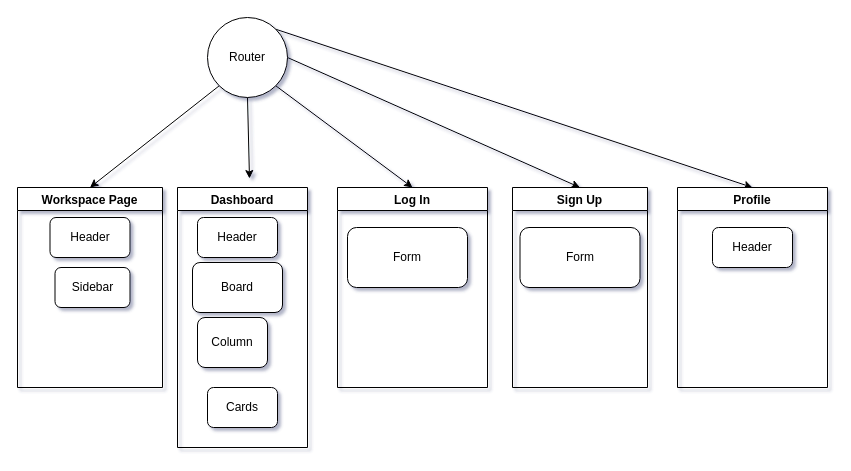
Before: components-tree.drawio in jocogum10/job-application-tracker-fe, a draw.io diagram. Source tidied: cells renumbered, new cells numbered last; positions are measured from the earlier drawing's top-left corner, leaving out a move shared by most shapes. Both pictures are drawn from the tidied source at 100%, with x=0, y=0 at pixel (17, 17).
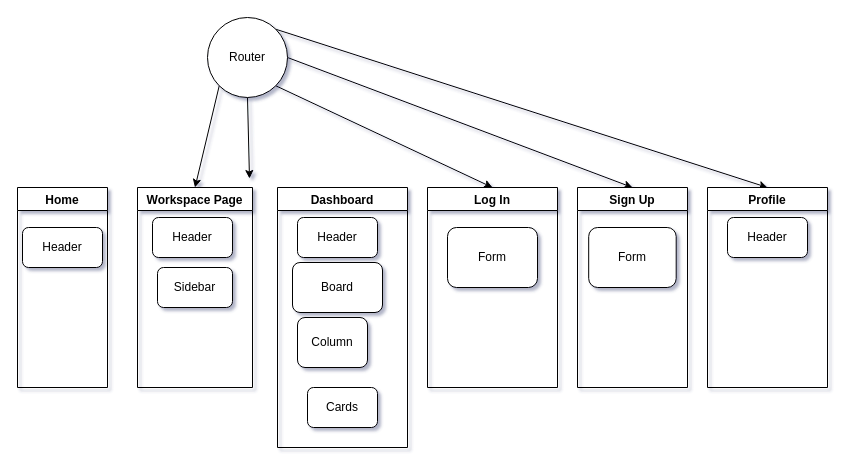
After the change.

Commit message (it also covers changes not shown here):
add home page in readme

The edit, as a diff of the source:
```diff
@@
     <mxCell id="8" value="Workspace Page" style="swimlane;" parent="1" vertex="1">
-      <mxGeometry y="170" width="145" height="200" as="geometry" />
+      <mxGeometry x="120" y="170" width="115" height="200" as="geometry" />
     </mxCell>
     <mxCell id="9" value="Header" style="rounded=1;whiteSpace=wrap;html=1;" parent="8" vertex="1">
-      <mxGeometry x="32.5" y="30" width="80" height="40" as="geometry" />
+      <mxGeometry x="15" y="30" width="80" height="40" as="geometry" />
     </mxCell>
     <mxCell id="10" value="Sidebar" style="rounded=1;whiteSpace=wrap;html=1;" parent="8" vertex="1">
-      <mxGeometry x="37.5" y="80" width="75" height="40" as="geometry" />
+      <mxGeometry x="20" y="80" width="75" height="40" as="geometry" />
     </mxCell>
+    <mxCell id="22" value="Home" style="swimlane;" parent="8" vertex="1">
+      <mxGeometry x="-120" width="90" height="200" as="geometry" />
+    </mxCell>
+    <mxCell id="23" value="Header" style="rounded=1;whiteSpace=wrap;html=1;" parent="22" vertex="1">
+      <mxGeometry x="5" y="40" width="80" height="40" as="geometry" />
+    </mxCell>
     <mxCell id="11" value="Dashboard" style="swimlane;" parent="1" vertex="1">
-      <mxGeometry x="160" y="170" width="130" height="260" as="geometry" />
+      <mxGeometry x="260" y="170" width="130" height="260" as="geometry" />
     </mxCell>
@@
     <mxCell id="16" value="Log In" style="swimlane;" parent="1" vertex="1">
-      <mxGeometry x="320" y="170" width="150" height="200" as="geometry" />
+      <mxGeometry x="410" y="170" width="130" height="200" as="geometry" />
     </mxCell>
     <mxCell id="17" value="Form" style="rounded=1;whiteSpace=wrap;html=1;" parent="16" vertex="1">
-      <mxGeometry x="10" y="40" width="120" height="60" as="geometry" />
+      <mxGeometry x="20" y="40" width="90" height="60" as="geometry" />
     </mxCell>
     <mxCell id="18" value="Sign Up" style="swimlane;" parent="1" vertex="1">
-      <mxGeometry x="495" y="170" width="135" height="200" as="geometry" />
+      <mxGeometry x="560" y="170" width="110" height="200" as="geometry" />
     </mxCell>
     <mxCell id="19" value="Form" style="rounded=1;whiteSpace=wrap;html=1;" parent="18" vertex="1">
-      <mxGeometry x="7.5" y="40" width="120" height="60" as="geometry" />
+      <mxGeometry x="11.2" y="40" width="87.5" height="60" as="geometry" />
     </mxCell>
     <mxCell id="20" value="Profile" style="swimlane;" parent="1" vertex="1">
-      <mxGeometry x="660" y="170" width="150" height="200" as="geometry" />
+      <mxGeometry x="690" y="170" width="120" height="200" as="geometry" />
     </mxCell>
     <mxCell id="21" value="Header" style="rounded=1;whiteSpace=wrap;html=1;" parent="20" vertex="1">
-      <mxGeometry x="35" y="40" width="80" height="40" as="geometry" />
+      <mxGeometry x="20" y="30" width="80" height="40" as="geometry" />
     </mxCell>
```
